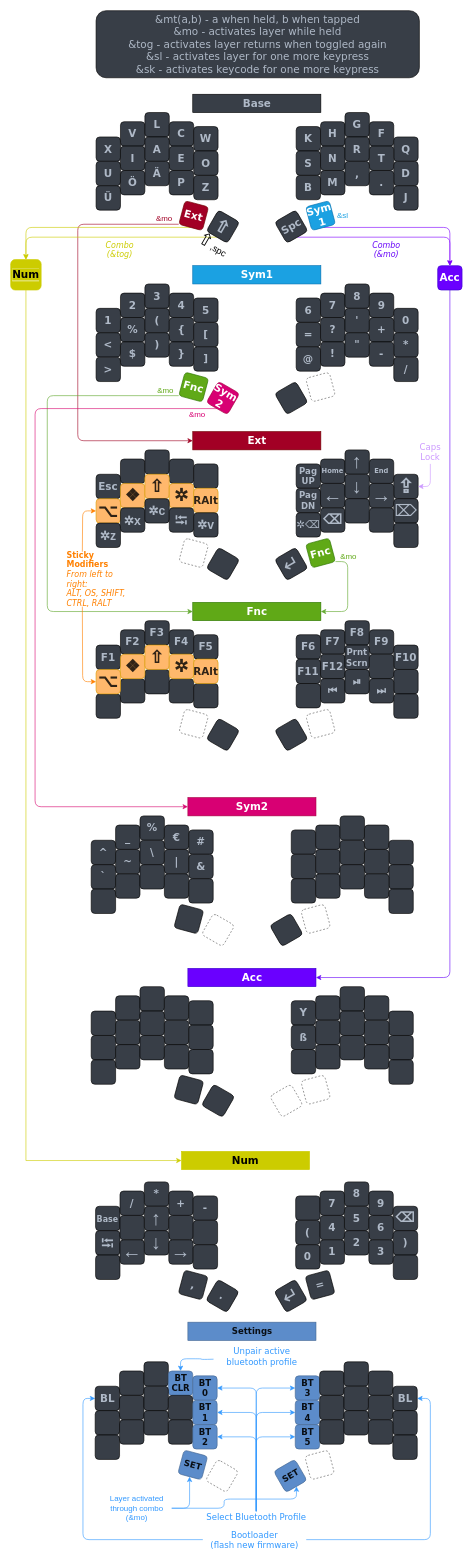
This is Layout/Sweepd_Neo2.drawio from hoyohayo/zmk-config, a draw.io file, before an edit. Source tidied: cells renumbered, new cells numbered last; positions are measured from the earlier drawing's top-left corner, leaving out a move shared by most shapes. Both pictures are drawn from the tidied source at 61%, with x=0, y=0 at pixel (10, 10).
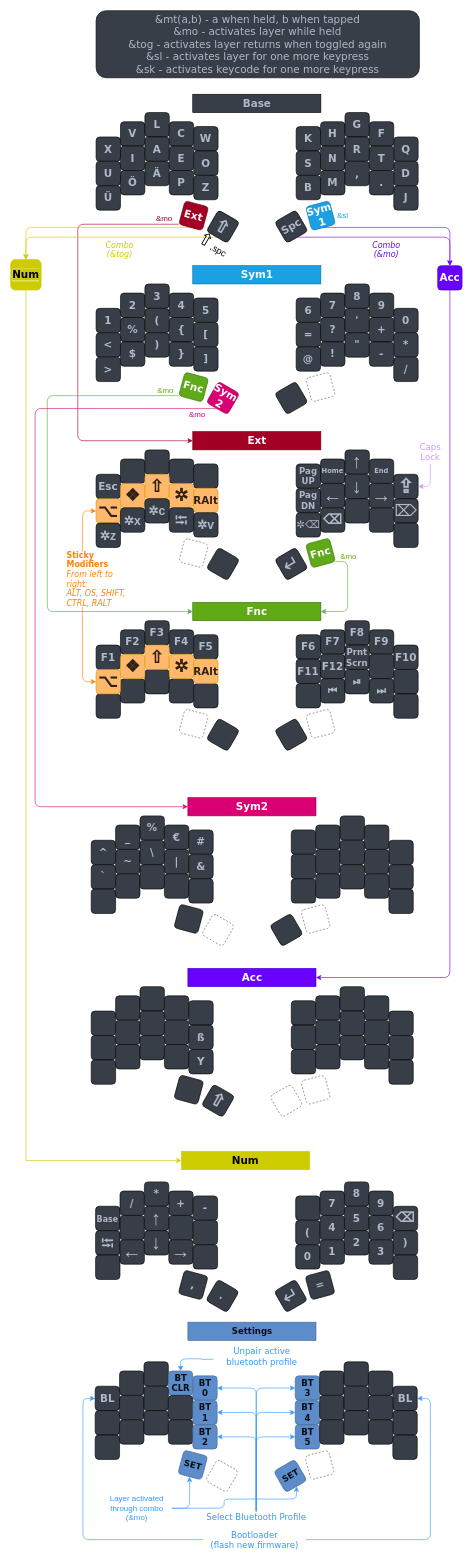
The same diagram, later.

Diff of the diagram source:
```diff
@@
-    <mxCell id="163" style="whiteSpace=wrap;html=1;fontSize=17;fontFamily=Verdana;fontStyle=1;fontColor=#AFB9C7;fillColor=#383E47;rounded=1;" parent="1" vertex="1">
+    <mxCell id="163" value="&lt;span&gt;ß&lt;/span&gt;" style="whiteSpace=wrap;html=1;fontSize=17;fontFamily=Verdana;fontStyle=1;fontColor=#AFB9C7;fillColor=#383E47;rounded=1;" parent="1" vertex="1">
       <mxGeometry x="292" y="1663" width="40" height="40" as="geometry" />
     </mxCell>
@@
-    <mxCell id="168" style="whiteSpace=wrap;html=1;fontSize=17;fontFamily=Verdana;fontStyle=1;fontColor=#AFB9C7;fillColor=#383E47;rounded=1;" parent="1" vertex="1">
+    <mxCell id="168" value="&lt;span&gt;Y&lt;/span&gt;" style="whiteSpace=wrap;html=1;fontSize=17;fontFamily=Verdana;fontStyle=1;fontColor=#AFB9C7;fillColor=#383E47;rounded=1;" parent="1" vertex="1">
       <mxGeometry x="292" y="1703" width="40" height="40" as="geometry" />
     </mxCell>
@@
-    <mxCell id="170" style="whiteSpace=wrap;html=1;rotation=30;fontSize=17;fontFamily=Verdana;fontStyle=1;fontColor=#AFB9C7;fillColor=#383E47;rounded=1;" parent="1" vertex="1">
+    <mxCell id="170" value="&lt;span style=&quot;font-family: &amp;#34;segoe ui emoji&amp;#34; , &amp;#34;apple color emoji&amp;#34; , &amp;#34;noto color emoji&amp;#34; ; font-size: 29px&quot;&gt;⇧&lt;/span&gt;" style="whiteSpace=wrap;html=1;rotation=30;fontSize=17;fontFamily=Verdana;fontStyle=1;fontColor=#AFB9C7;fillColor=#383E47;rounded=1;" parent="1" vertex="1">
       <mxGeometry x="320" y="1767" width="40" height="40" as="geometry" />
     </mxCell>
-    <mxCell id="171" value="Y" style="whiteSpace=wrap;html=1;fontSize=17;fontFamily=Verdana;fontStyle=1;fontColor=#AFB9C7;fillColor=#383E47;rounded=1;" parent="1" vertex="1">
+    <mxCell id="171" style="whiteSpace=wrap;html=1;fontSize=17;fontFamily=Verdana;fontStyle=1;fontColor=#AFB9C7;fillColor=#383E47;rounded=1;" parent="1" vertex="1">
       <mxGeometry x="460" y="1623" width="40" height="40" as="geometry" />
     </mxCell>
@@
-    <mxCell id="176" value="ß" style="whiteSpace=wrap;html=1;fontSize=17;fontFamily=Verdana;fontStyle=1;fontColor=#AFB9C7;fillColor=#383E47;rounded=1;" parent="1" vertex="1">
+    <mxCell id="176" style="whiteSpace=wrap;html=1;fontSize=17;fontFamily=Verdana;fontStyle=1;fontColor=#AFB9C7;fillColor=#383E47;rounded=1;" parent="1" vertex="1">
       <mxGeometry x="460" y="1663" width="40" height="40" as="geometry" />
     </mxCell>
```
